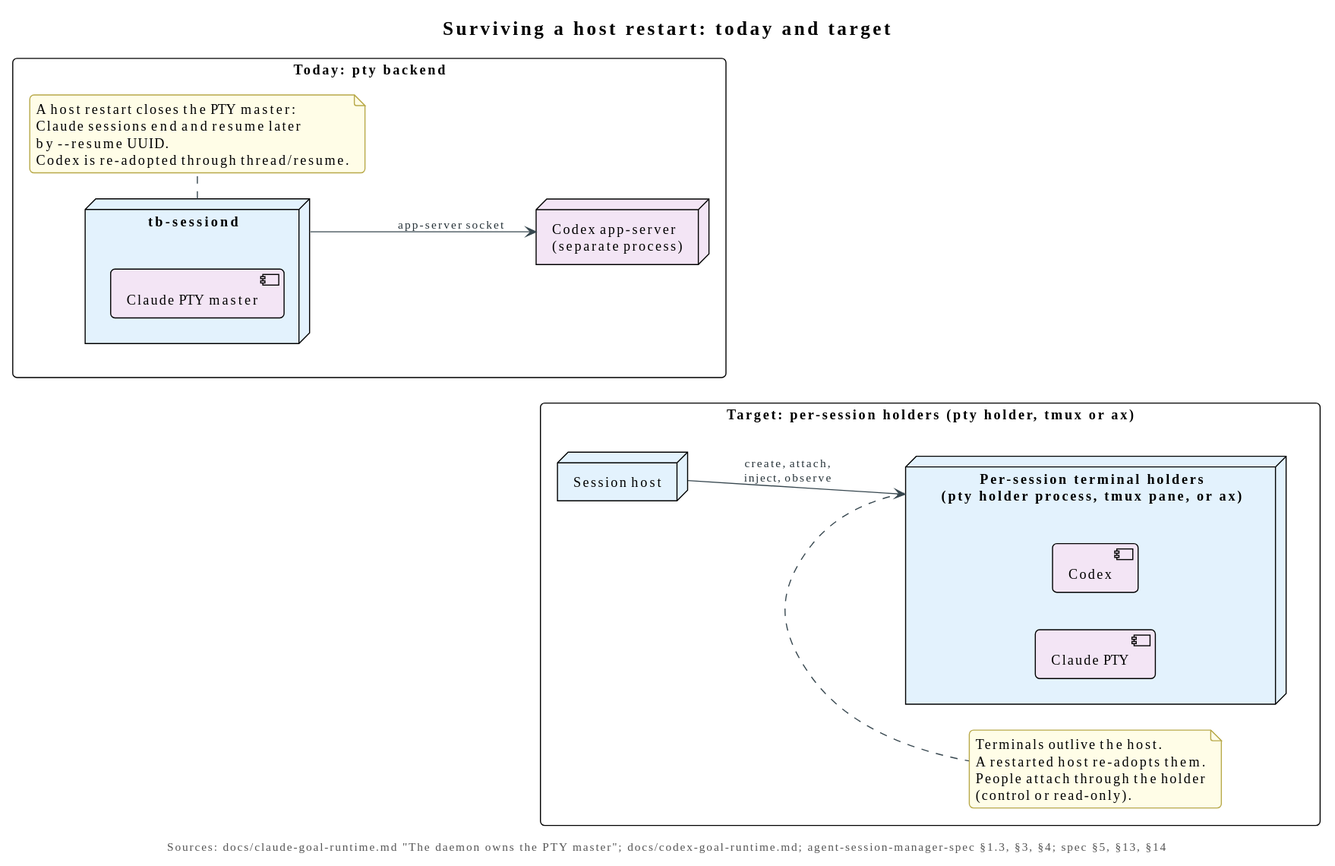
The PlantUML diagram diagrams/artefacts/plantuml/restart-survival.svg in relux-works/agent-session-host, before a commit.
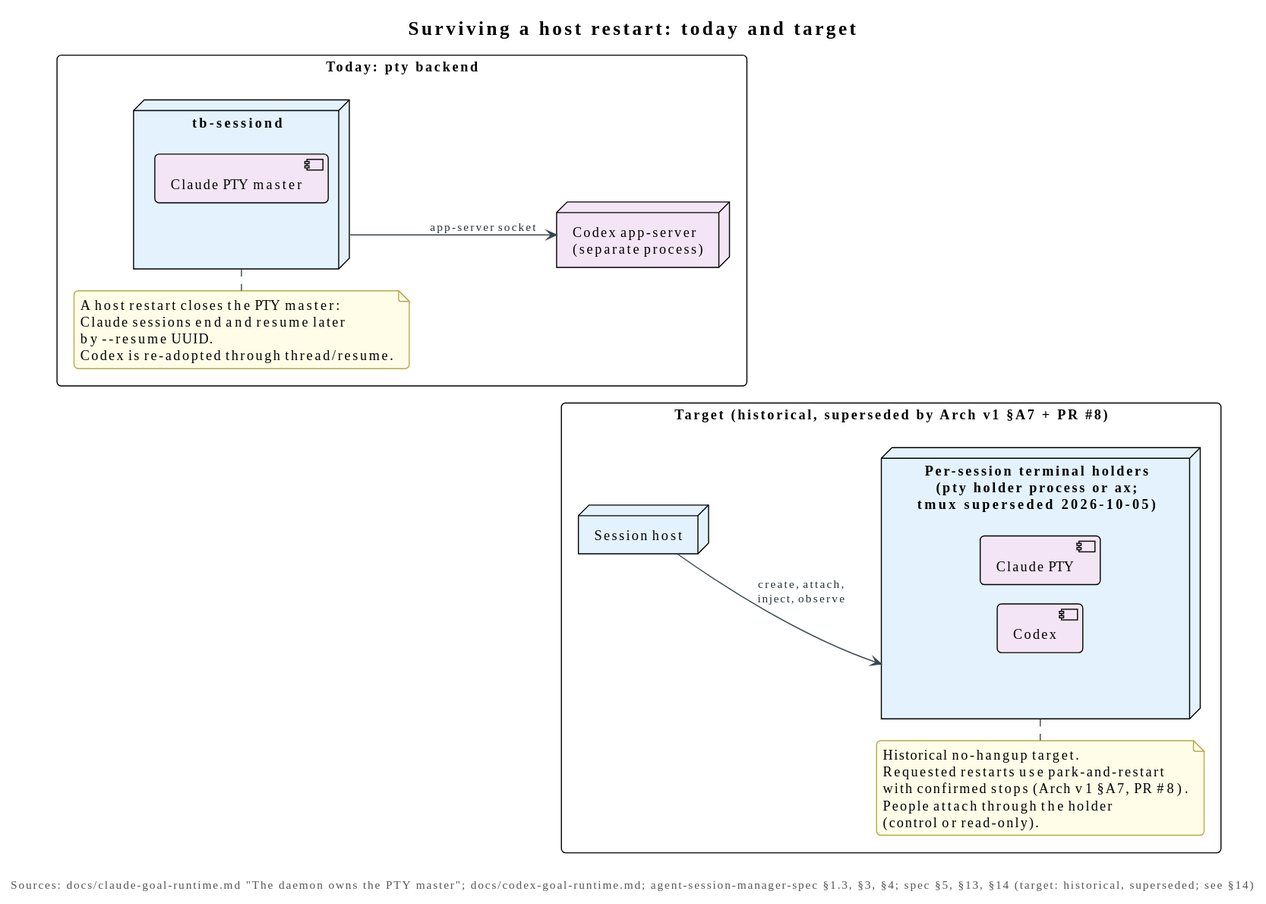
The same file after the commit.

The edit, as a diff of the source:
```diff
@@ -1,4 +1,5 @@
 @startuml
+!pragma layout smetana
 !include ../_includes/theme.puml
 
 title Surviving a host restart: today and target
@@ -19,16 +20,17 @@
   end note
 }
 
-rectangle "Target: per-session holders (pty holder, tmux or ax)" {
+rectangle "Target (historical, superseded by Arch v1 §A7 + PR #8)" {
   node "Session host" as D2 $SERVICE
-  node "Per-session terminal holders\n(pty holder process, tmux pane, or ax)" as T2 $SERVICE {
+  node "Per-session terminal holders\n(pty holder process or ax;\ntmux superseded 2026-10-05)" as T2 $SERVICE {
     component "Claude PTY" as P2 $AGENT
     component "Codex" as C2 $AGENT
   }
   D2 --> T2 : create, attach,\ninject, observe
   note bottom of T2
-    Terminals outlive the host.
-    A restarted host re-adopts them.
+    Historical no-hangup target.
+    Requested restarts use park-and-restart
+    with confirmed stops (Arch v1 §A7, PR #8).
     People attach through the holder
     (control or read-only).
   end note
@@ -36,5 +38,5 @@
 
 D1 -[hidden]-> D2
 
-caption Sources: docs/claude-goal-runtime.md "The daemon owns the PTY master"; docs/codex-goal-runtime.md; agent-session-manager-spec §1.3, §3, §4; spec §5, §13, §14
+caption Sources: docs/claude-goal-runtime.md "The daemon owns the PTY master"; docs/codex-goal-runtime.md; agent-session-manager-spec §1.3, §3, §4; spec §5, §13, §14 (target: historical, superseded; see §14)
 @enduml
```
